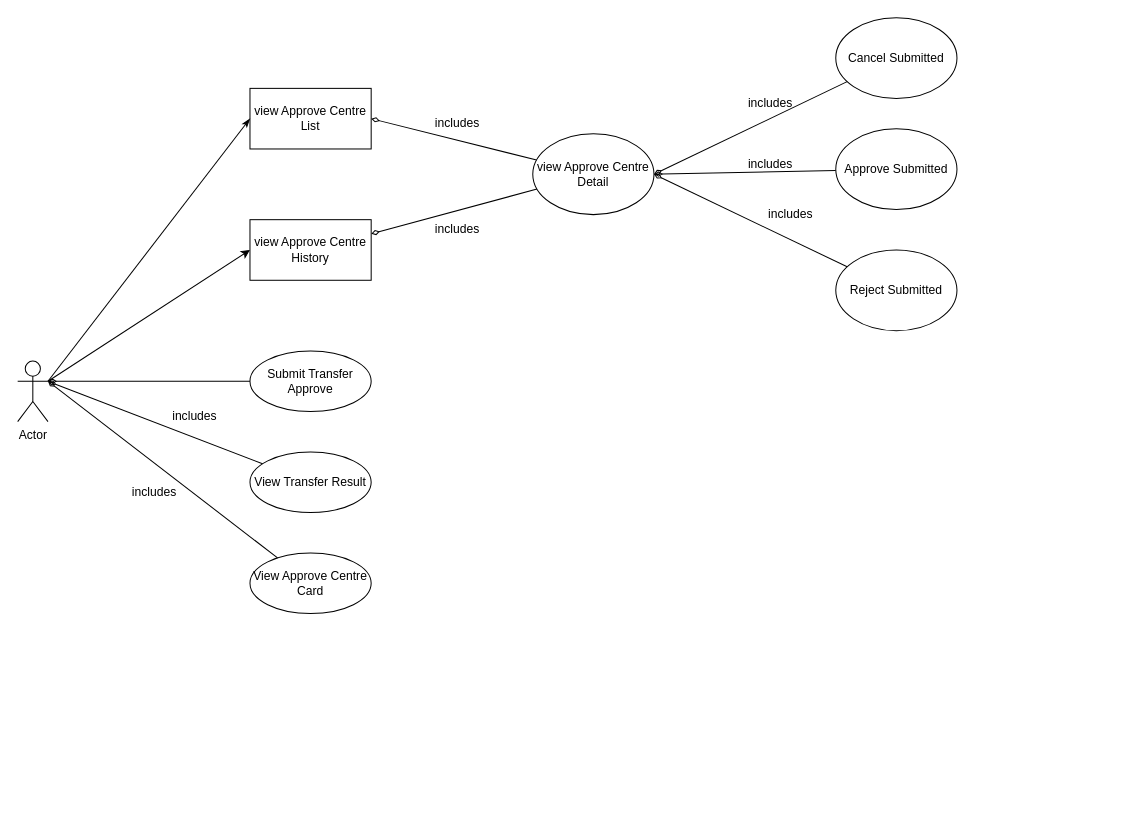
Above: page "第 2 页" (2 of 5) of approveCentre.drawio in RexYao97/sfrex (draw.io), before the change. Source tidied: cells renumbered, new cells numbered last; positions are measured from the earlier drawing's top-left corner, leaving out a move shared by most shapes. Both pictures are drawn from the tidied source at 101%, with x=0, y=0 at pixel (17, 17).
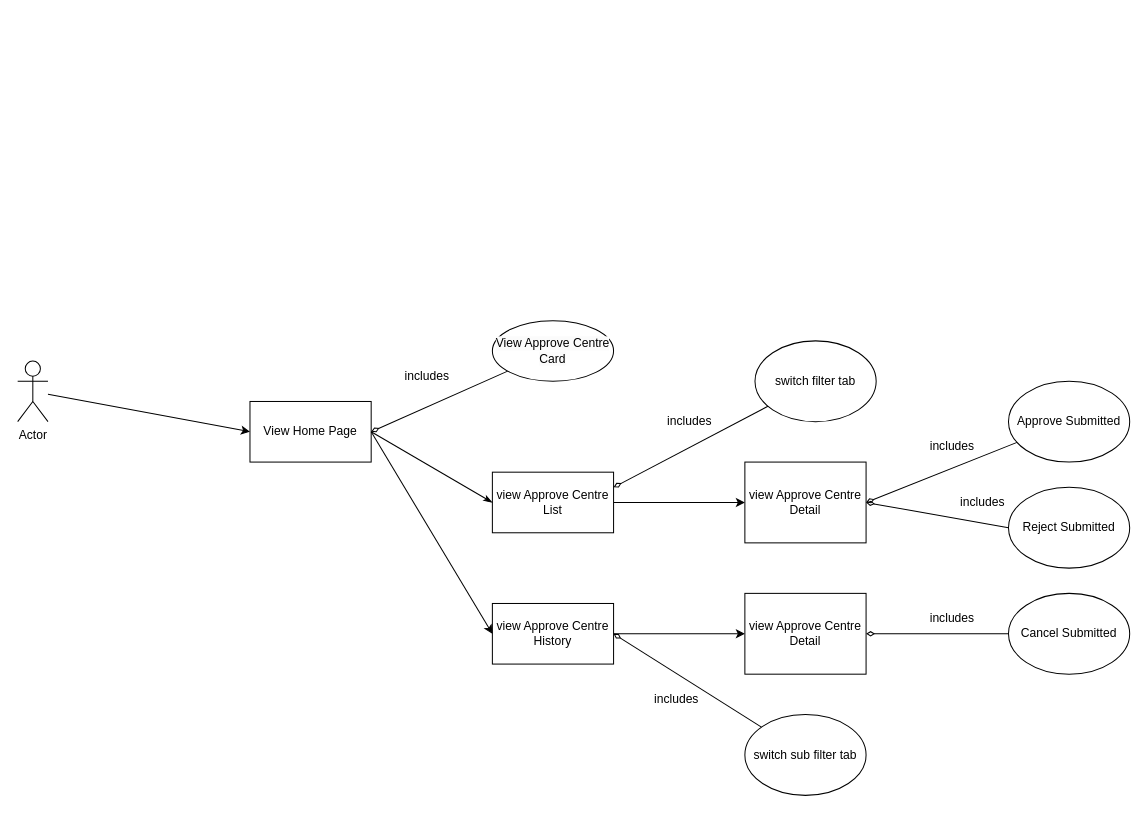
The same page after the edit.

The change refers to these unchanged cells:
```xml
<mxCell id="2" value="Actor" style="shape=umlActor;verticalLabelPosition=bottom;verticalAlign=top;html=1;outlineConnect=0;" parent="1" vertex="1">
  <mxGeometry y="340" width="30" height="60" as="geometry" />
</mxCell>
```

Diff of the diagram source:
```diff
@@
+    <mxCell id="29" style="rounded=0;jettySize=auto;html=1;entryX=0;entryY=0.5;entryDx=0;entryDy=0;" parent="1" edge="1" source="2" target="10">
+      <mxGeometry relative="1" as="geometry" />
+    </mxCell>
@@
+    <mxCell id="30" style="edgeStyle=orthogonalEdgeStyle;rounded=0;jettySize=auto;html=1;entryX=0;entryY=0.5;entryDx=0;entryDy=0;" parent="1" edge="1" source="3" target="6">
+      <mxGeometry relative="1" as="geometry" />
+    </mxCell>
     <mxCell id="3" value="view Approve Centre List" style="rounded=0;whiteSpace=wrap;html=1;" parent="1" vertex="1">
-      <mxGeometry x="230" y="70" width="120" height="60" as="geometry" />
+      <mxGeometry x="470" y="450" width="120" height="60" as="geometry" />
     </mxCell>
-    <mxCell id="4" style="rounded=0;jettySize=auto;html=1;entryX=1;entryY=0.5;entryDx=0;entryDy=0;endArrow=diamondThin;endFill=0;" parent="1" edge="1" source="6" target="3">
-      <mxGeometry relative="1" as="geometry" />
-    </mxCell>
-    <mxCell id="5" style="rounded=0;jettySize=auto;html=1;endArrow=diamondThin;endFill=0;" parent="1" edge="1" source="6" target="7">
-      <mxGeometry relative="1" as="geometry" />
-    </mxCell>
-    <mxCell id="6" value="view Approve Centre Detail" style="ellipse;whiteSpace=wrap;html=1;" parent="1" vertex="1">
-      <mxGeometry x="510" y="115" width="120" height="80" as="geometry" />
+    <mxCell id="6" value="view Approve Centre Detail" style="whiteSpace=wrap;html=1;rounded=0;" parent="1" vertex="1">
+      <mxGeometry x="720" y="440" width="120" height="80" as="geometry" />
     </mxCell>
+    <mxCell id="31" style="edgeStyle=orthogonalEdgeStyle;rounded=0;jettySize=auto;html=1;entryX=0;entryY=0.5;entryDx=0;entryDy=0;" parent="1" edge="1" source="7" target="35">
+      <mxGeometry relative="1" as="geometry" />
+    </mxCell>
     <mxCell id="7" value="view Approve Centre History" style="rounded=0;whiteSpace=wrap;html=1;" parent="1" vertex="1">
-      <mxGeometry x="230" y="200" width="120" height="60" as="geometry" />
+      <mxGeometry x="470" y="580" width="120" height="60" as="geometry" />
     </mxCell>
-    <mxCell id="8" value="Submit Transfer Approve" style="rounded=0;whiteSpace=wrap;html=1;shape=ellipse;perimeter=ellipsePerimeter;" parent="1" vertex="1">
-      <mxGeometry x="230" y="330" width="120" height="60" as="geometry" />
-    </mxCell>
-    <mxCell id="9" value="View Transfer Result" style="rounded=0;whiteSpace=wrap;html=1;shape=ellipse;perimeter=ellipsePerimeter;" parent="1" vertex="1">
-      <mxGeometry x="230" y="430" width="120" height="60" as="geometry" />
-    </mxCell>
-    <mxCell id="10" value="View Approve Centre Card" style="rounded=0;whiteSpace=wrap;html=1;shape=ellipse;perimeter=ellipsePerimeter;" parent="1" vertex="1">
-      <mxGeometry x="230" y="530" width="120" height="60" as="geometry" />
+    <mxCell id="10" value="View Home Page" style="rounded=0;whiteSpace=wrap;html=1;shape=label;" parent="1" vertex="1">
+      <mxGeometry x="230" y="380" width="120" height="60" as="geometry" />
     </mxCell>
-    <mxCell id="11" style="rounded=0;jettySize=auto;html=1;entryX=1;entryY=0.5;entryDx=0;entryDy=0;endArrow=diamondThin;endFill=0;" parent="1" edge="1" source="12" target="6">
+    <mxCell id="11" style="rounded=0;jettySize=auto;html=1;entryX=1;entryY=0.5;entryDx=0;entryDy=0;endArrow=diamondThin;endFill=0;" parent="1" edge="1" source="12" target="35">
       <mxGeometry relative="1" as="geometry" />
     </mxCell>
     <mxCell id="12" value="Cancel Submitted" style="ellipse;whiteSpace=wrap;html=1;" parent="1" vertex="1">
-      <mxGeometry x="810" width="120" height="80" as="geometry" />
+      <mxGeometry x="981" y="570" width="120" height="80" as="geometry" />
     </mxCell>
@@
     <mxCell id="14" value="Approve Submitted" style="ellipse;whiteSpace=wrap;html=1;" parent="1" vertex="1">
-      <mxGeometry x="810" y="110" width="120" height="80" as="geometry" />
+      <mxGeometry x="981" y="360" width="120" height="80" as="geometry" />
     </mxCell>
-    <mxCell id="15" style="rounded=0;jettySize=auto;html=1;entryX=1;entryY=0.5;entryDx=0;entryDy=0;endArrow=diamondThin;endFill=0;" parent="1" edge="1" source="16" target="6">
+    <mxCell id="15" style="rounded=0;jettySize=auto;html=1;entryX=1;entryY=0.5;entryDx=0;entryDy=0;endArrow=diamondThin;endFill=0;exitX=0;exitY=0.5;exitDx=0;exitDy=0;" parent="1" edge="1" source="16" target="6">
       <mxGeometry relative="1" as="geometry" />
     </mxCell>
     <mxCell id="16" value="Reject Submitted" style="ellipse;whiteSpace=wrap;html=1;" parent="1" vertex="1">
-      <mxGeometry x="810" y="230" width="120" height="80" as="geometry" />
+      <mxGeometry x="981" y="465" width="120" height="80" as="geometry" />
     </mxCell>
     <mxCell id="17" value="includes" style="text;html=1;align=center;verticalAlign=middle;strokeColor=none;fillColor=none;" parent="1" vertex="1">
-      <mxGeometry x="710" y="70" width="70" height="30" as="geometry" />
+      <mxGeometry x="890" y="580" width="70" height="30" as="geometry" />
     </mxCell>
     <mxCell id="18" value="includes" style="text;html=1;align=center;verticalAlign=middle;strokeColor=none;fillColor=none;" parent="1" vertex="1">
-      <mxGeometry x="710" y="130" width="70" height="30" as="geometry" />
+      <mxGeometry x="890" y="410" width="70" height="30" as="geometry" />
     </mxCell>
     <mxCell id="19" value="includes" style="text;html=1;align=center;verticalAlign=middle;strokeColor=none;fillColor=none;" parent="1" vertex="1">
-      <mxGeometry x="730" y="180" width="70" height="30" as="geometry" />
+      <mxGeometry x="920" y="465" width="70" height="30" as="geometry" />
     </mxCell>
-    <mxCell id="20" value="includes" style="text;html=1;align=center;verticalAlign=middle;strokeColor=none;fillColor=none;" parent="1" vertex="1">
-      <mxGeometry x="400" y="90" width="70" height="30" as="geometry" />
-    </mxCell>
-    <mxCell id="21" value="includes" style="text;html=1;align=center;verticalAlign=middle;strokeColor=none;fillColor=none;" parent="1" vertex="1">
-      <mxGeometry x="400" y="195" width="70" height="30" as="geometry" />
-    </mxCell>
-    <mxCell id="22" style="rounded=0;jettySize=auto;html=1;entryX=1;entryY=0.3333333333333333;entryDx=0;entryDy=0;entryPerimeter=0;startArrow=classicThin;startFill=1;endArrow=none;endFill=0;exitX=0;exitY=0.5;exitDx=0;exitDy=0;" parent="1" edge="1" source="3" target="2">
-      <mxGeometry relative="1" as="geometry" />
+    <mxCell id="22" style="rounded=0;jettySize=auto;html=1;startArrow=classicThin;startFill=1;endArrow=none;endFill=0;exitX=0;exitY=0.5;exitDx=0;exitDy=0;" parent="1" edge="1" source="3">
+      <mxGeometry relative="1" as="geometry">
+        <mxPoint x="350" y="410" as="targetPoint" />
+      </mxGeometry>
     </mxCell>
-    <mxCell id="23" style="rounded=0;jettySize=auto;html=1;entryX=1;entryY=0.3333333333333333;entryDx=0;entryDy=0;entryPerimeter=0;startArrow=classic;startFill=1;endArrow=none;endFill=0;exitX=0;exitY=0.5;exitDx=0;exitDy=0;" parent="1" edge="1" source="7" target="2">
-      <mxGeometry relative="1" as="geometry" />
+    <mxCell id="23" style="rounded=0;jettySize=auto;html=1;startArrow=classic;startFill=1;endArrow=none;endFill=0;exitX=0;exitY=0.5;exitDx=0;exitDy=0;" parent="1" edge="1" source="7">
+      <mxGeometry relative="1" as="geometry">
+        <mxPoint x="350" y="410" as="targetPoint" />
+      </mxGeometry>
     </mxCell>
-    <mxCell id="24" style="rounded=0;jettySize=auto;html=1;entryX=1;entryY=0.3333333333333333;entryDx=0;entryDy=0;entryPerimeter=0;endArrow=diamondThin;endFill=0;" parent="1" edge="1" source="8" target="2">
-      <mxGeometry relative="1" as="geometry" />
-    </mxCell>
-    <mxCell id="25" style="rounded=0;jettySize=auto;html=1;entryX=1;entryY=0.3333333333333333;entryDx=0;entryDy=0;entryPerimeter=0;endArrow=diamondThin;endFill=0;" parent="1" edge="1" source="9" target="2">
-      <mxGeometry relative="1" as="geometry" />
-    </mxCell>
-    <mxCell id="26" style="rounded=0;jettySize=auto;html=1;entryX=1;entryY=0.3333333333333333;entryDx=0;entryDy=0;entryPerimeter=0;endArrow=diamondThin;endFill=0;" parent="1" edge="1" source="10" target="2">
-      <mxGeometry relative="1" as="geometry" />
-    </mxCell>
-    <mxCell id="27" value="includes" style="text;html=1;align=center;verticalAlign=middle;strokeColor=none;fillColor=none;" parent="1" vertex="1">
-      <mxGeometry x="140" y="380" width="70" height="30" as="geometry" />
-    </mxCell>
-    <mxCell id="28" value="includes" style="text;html=1;align=center;verticalAlign=middle;strokeColor=none;fillColor=none;" parent="1" vertex="1">
-      <mxGeometry x="100" y="455" width="70" height="30" as="geometry" />
-    </mxCell>
+    <mxCell id="32" style="rounded=0;jettySize=auto;html=1;entryX=1;entryY=0.5;entryDx=0;entryDy=0;endArrow=diamondThin;endFill=0;" parent="1" edge="1" source="33" target="10">
+      <mxGeometry relative="1" as="geometry" />
+    </mxCell>
+    <mxCell id="33" value="&lt;span style=&quot;color: rgb(0, 0, 0); font-family: Helvetica; font-size: 12px; font-style: normal; font-variant-ligatures: normal; font-variant-caps: normal; font-weight: 400; letter-spacing: normal; orphans: 2; text-align: center; text-indent: 0px; text-transform: none; widows: 2; word-spacing: 0px; -webkit-text-stroke-width: 0px; background-color: rgb(251, 251, 251); text-decoration-thickness: initial; text-decoration-style: initial; text-decoration-color: initial; float: none; display: inline !important;&quot;&gt;View Approve Centre Card&lt;/span&gt;" style="whiteSpace=wrap;html=1;rounded=0;shape=ellipse;perimeter=ellipsePerimeter;" parent="1" vertex="1">
+      <mxGeometry x="470" y="300" width="120" height="60" as="geometry" />
+    </mxCell>
+    <mxCell id="34" value="includes" style="text;html=1;align=center;verticalAlign=middle;strokeColor=none;fillColor=none;" parent="1" vertex="1">
+      <mxGeometry x="370" y="340" width="70" height="30" as="geometry" />
+    </mxCell>
+    <mxCell id="35" value="view Approve Centre Detail" style="whiteSpace=wrap;html=1;rounded=0;" parent="1" vertex="1">
+      <mxGeometry x="720" y="570" width="120" height="80" as="geometry" />
+    </mxCell>
+    <mxCell id="36" style="rounded=0;jettySize=auto;html=1;entryX=1;entryY=0.5;entryDx=0;entryDy=0;endArrow=diamondThin;endFill=0;" parent="1" edge="1" source="37" target="7">
+      <mxGeometry relative="1" as="geometry" />
+    </mxCell>
+    <mxCell id="37" value="switch sub filter tab" style="ellipse;whiteSpace=wrap;html=1;" parent="1" vertex="1">
+      <mxGeometry x="720" y="690" width="120" height="80" as="geometry" />
+    </mxCell>
+    <mxCell id="38" style="rounded=0;jettySize=auto;html=1;entryX=1;entryY=0.25;entryDx=0;entryDy=0;endArrow=diamondThin;endFill=0;" parent="1" edge="1" source="39" target="3">
+      <mxGeometry relative="1" as="geometry" />
+    </mxCell>
+    <mxCell id="39" value="switch filter tab" style="ellipse;whiteSpace=wrap;html=1;" parent="1" vertex="1">
+      <mxGeometry x="730" y="320" width="120" height="80" as="geometry" />
+    </mxCell>
+    <mxCell id="40" value="includes" style="text;html=1;align=center;verticalAlign=middle;strokeColor=none;fillColor=none;" parent="1" vertex="1">
+      <mxGeometry x="630" y="385" width="70" height="30" as="geometry" />
+    </mxCell>
+    <mxCell id="41" value="includes" style="text;html=1;align=center;verticalAlign=middle;strokeColor=none;fillColor=none;" parent="1" vertex="1">
+      <mxGeometry x="617" y="660" width="70" height="30" as="geometry" />
+    </mxCell>
```
